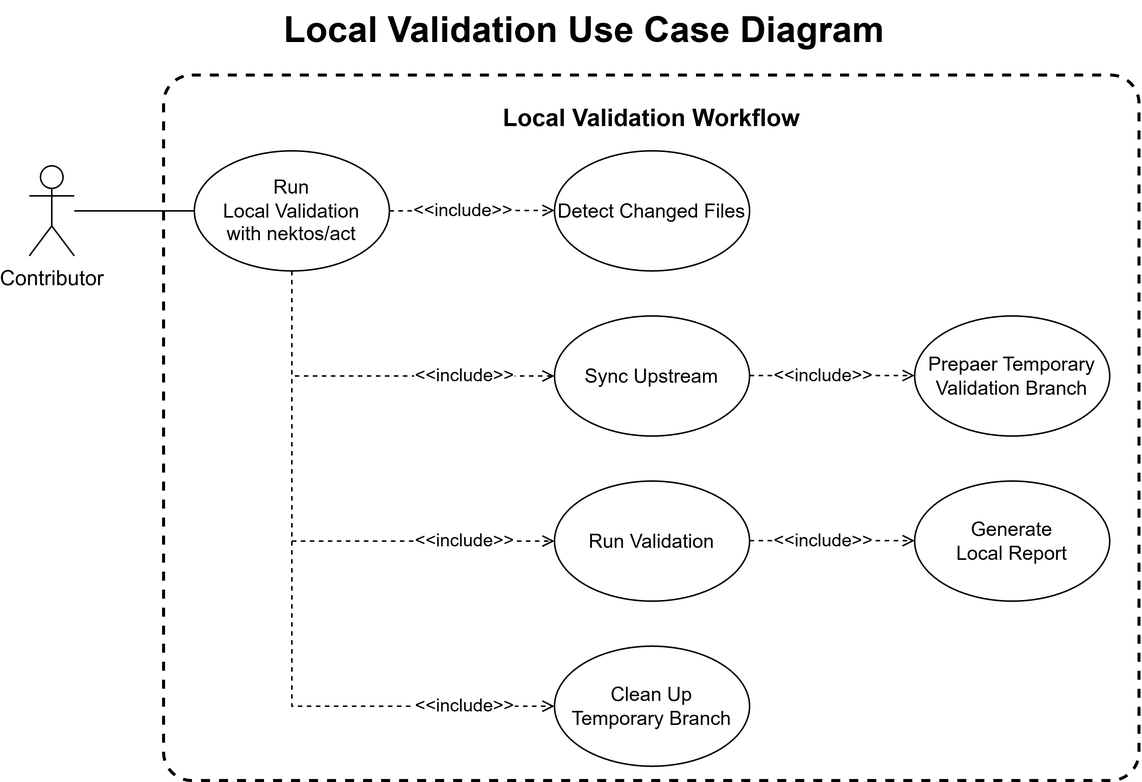
Before: docs/proposals/scenarios/example-restoration/phase-3-2026-term-2/images/use-case/Use Case Diagram-Local Validation.drawio.png, a diagram exported from draw.io (ken6078/ianvs). Source tidied: cells renumbered, new cells last; positions are measured from the earlier drawing's top-left corner, leaving out a move shared by most shapes.
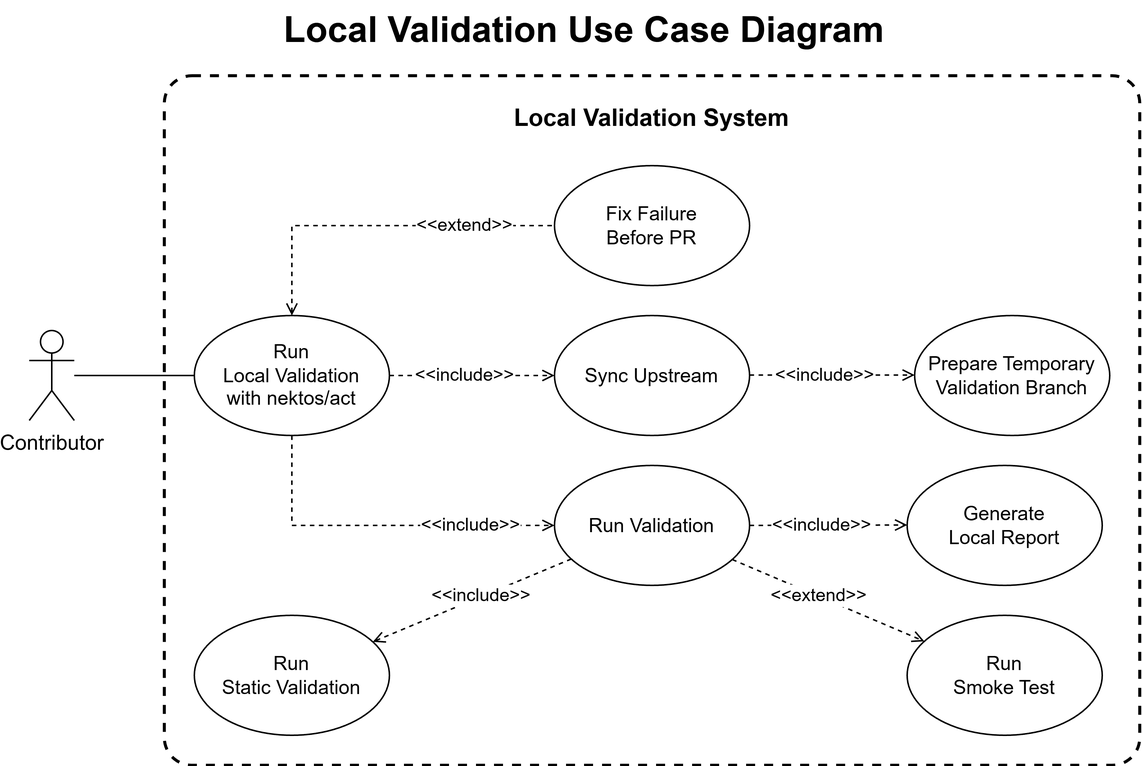
The same file after the commit.

Commit message:
Add example status management use case

The edit, as a diff of the source:
```diff
@@ -2,26 +2,23 @@
   <root>
     <mxCell id="0" />
     <mxCell id="1" parent="0" />
-    <mxCell id="2" value="Local Validation Workflow" style="rounded=1;whiteSpace=wrap;html=1;dashed=1;strokeWidth=2;fontSize=16;fontStyle=1;verticalAlign=top;align=center;spacingTop=12;arcSize=4;fillColor=none;" parent="1" vertex="1">
-      <mxGeometry x="90" y="50" width="650" height="470" as="geometry" />
+    <mxCell id="2" value="Local Validation System" style="rounded=1;whiteSpace=wrap;html=1;dashed=1;strokeWidth=2;fontSize=16;fontStyle=1;verticalAlign=top;align=center;spacingTop=12;arcSize=4;fillColor=none;" parent="1" vertex="1">
+      <mxGeometry x="90" y="50" width="650" height="460" as="geometry" />
     </mxCell>
     <mxCell id="3" value="Contributor" style="shape=umlActor;verticalLabelPosition=bottom;verticalAlign=top;html=1;outlineConnect=0;strokeColor=default;align=center;fontFamily=Helvetica;fontSize=14;fontColor=default;fillColor=default;" parent="1" vertex="1">
-      <mxGeometry y="110" width="30" height="60" as="geometry" />
+      <mxGeometry y="220" width="30" height="60" as="geometry" />
     </mxCell>
     <mxCell id="4" value="Run&lt;div&gt;Local Validation&lt;/div&gt;&lt;div&gt;with nektos/act&lt;/div&gt;" style="ellipse;whiteSpace=wrap;html=1;fillColor=default;strokeColor=default;align=center;verticalAlign=middle;fontFamily=Helvetica;fontSize=13;fontColor=default;" parent="1" vertex="1">
-      <mxGeometry x="110" y="100" width="130" height="80" as="geometry" />
+      <mxGeometry x="110" y="210" width="130" height="80" as="geometry" />
     </mxCell>
-    <mxCell id="5" value="Detect Changed Files" style="ellipse;whiteSpace=wrap;html=1;fillColor=default;strokeColor=default;align=center;verticalAlign=middle;fontFamily=Helvetica;fontSize=13;fontColor=default;" parent="1" vertex="1">
-      <mxGeometry x="350" y="100" width="130" height="80" as="geometry" />
+    <mxCell id="5" value="Sync Upstream" style="ellipse;whiteSpace=wrap;html=1;fillColor=default;strokeColor=default;align=center;verticalAlign=middle;fontFamily=Helvetica;fontSize=13;fontColor=default;" parent="1" vertex="1">
+      <mxGeometry x="350" y="210" width="130" height="80" as="geometry" />
     </mxCell>
     <mxCell id="6" value="Generate&lt;div&gt;Local Report&lt;/div&gt;" style="ellipse;whiteSpace=wrap;html=1;fillColor=default;strokeColor=default;align=center;verticalAlign=middle;fontFamily=Helvetica;fontSize=13;fontColor=default;" parent="1" vertex="1">
-      <mxGeometry x="590" y="320" width="130" height="80" as="geometry" />
+      <mxGeometry x="585" y="310" width="130" height="80" as="geometry" />
     </mxCell>
-    <mxCell id="7" value="Clean Up&lt;div&gt;Temporary&amp;nbsp;&lt;span style=&quot;background-color: transparent; color: light-dark(rgb(0, 0, 0), rgb(255, 255, 255));&quot;&gt;Branch&lt;/span&gt;&lt;/div&gt;" style="ellipse;whiteSpace=wrap;html=1;fillColor=default;strokeColor=default;align=center;verticalAlign=middle;fontFamily=Helvetica;fontSize=13;fontColor=default;" parent="1" vertex="1">
-      <mxGeometry x="350" y="430" width="130" height="80" as="geometry" />
-    </mxCell>
     <mxCell id="8" value="Run Validation" style="ellipse;whiteSpace=wrap;html=1;fillColor=default;strokeColor=default;align=center;verticalAlign=middle;fontFamily=Helvetica;fontSize=13;fontColor=default;" parent="1" vertex="1">
-      <mxGeometry x="350" y="320" width="130" height="80" as="geometry" />
+      <mxGeometry x="350" y="310" width="130" height="80" as="geometry" />
     </mxCell>
     <mxCell id="9" style="endArrow=none;html=1;rounded=0;" parent="1" edge="1" source="3" target="4">
       <mxGeometry relative="1" as="geometry" />
@@ -32,44 +29,48 @@
     <mxCell id="11" value="Local Validation Use Case Diagram" style="text;html=1;strokeColor=none;fillColor=none;align=center;verticalAlign=middle;whiteSpace=wrap;rounded=0;fontSize=24;fontStyle=1;" parent="1" vertex="1">
       <mxGeometry width="740" height="40" as="geometry" />
     </mxCell>
-    <mxCell id="12" value="Sync Upstream" style="ellipse;whiteSpace=wrap;html=1;fillColor=default;strokeColor=default;align=center;verticalAlign=middle;fontFamily=Helvetica;fontSize=13;fontColor=default;" parent="1" vertex="1">
-      <mxGeometry x="350" y="210" width="130" height="80" as="geometry" />
-    </mxCell>
-    <mxCell id="13" value="Prepaer Temporary&lt;div&gt;Validation Branch&lt;/div&gt;" style="ellipse;whiteSpace=wrap;html=1;fillColor=default;strokeColor=default;align=center;verticalAlign=middle;fontFamily=Helvetica;fontSize=13;fontColor=default;" parent="1" vertex="1">
+    <mxCell id="13" value="Prepare Temporary&lt;div&gt;Validation Branch&lt;/div&gt;" style="ellipse;whiteSpace=wrap;html=1;fillColor=default;strokeColor=default;align=center;verticalAlign=middle;fontFamily=Helvetica;fontSize=13;fontColor=default;" parent="1" vertex="1">
       <mxGeometry x="590" y="210" width="130" height="80" as="geometry" />
     </mxCell>
-    <mxCell id="14" value="&amp;lt;&amp;lt;include&amp;gt;&amp;gt;" style="endArrow=open;dashed=1;html=1;rounded=0;fontSize=12;strokeColor=default;align=center;verticalAlign=middle;fontFamily=Helvetica;fontColor=default;labelBackgroundColor=default;exitX=0.5;exitY=1;exitDx=0;exitDy=0;entryX=0;entryY=0.5;entryDx=0;entryDy=0;" parent="1" edge="1" source="4" target="12">
-      <mxGeometry x="0.51" relative="1" as="geometry">
-        <Array as="points">
-          <mxPoint x="175" y="250" />
-        </Array>
-      </mxGeometry>
-    </mxCell>
-    <mxCell id="15" value="&amp;lt;&amp;lt;include&amp;gt;&amp;gt;" style="endArrow=open;dashed=1;html=1;rounded=0;fontSize=12;strokeColor=default;align=center;verticalAlign=middle;fontFamily=Helvetica;fontColor=default;labelBackgroundColor=default;exitX=0.5;exitY=1;exitDx=0;exitDy=0;entryX=0;entryY=0.5;entryDx=0;entryDy=0;" parent="1" edge="1" source="4" target="8">
-      <mxGeometry x="0.66" relative="1" as="geometry">
+    <mxCell id="15" value="&amp;lt;&amp;lt;include&amp;gt;&amp;gt;" style="endArrow=open;dashed=1;html=1;rounded=0;fontSize=12;strokeColor=default;align=center;verticalAlign=middle;fontFamily=Helvetica;fontColor=default;labelBackgroundColor=default;entryX=0;entryY=0.5;entryDx=0;entryDy=0;exitX=0.5;exitY=1;exitDx=0;exitDy=0;" parent="1" edge="1" source="4" target="8">
+      <mxGeometry x="0.52" relative="1" as="geometry">
         <Array as="points">
-          <mxPoint x="175" y="360" />
+          <mxPoint x="175" y="350" />
         </Array>
       </mxGeometry>
     </mxCell>
-    <mxCell id="16" value="&amp;lt;&amp;lt;include&amp;gt;&amp;gt;" style="endArrow=open;dashed=1;html=1;rounded=0;fontSize=12;strokeColor=default;align=center;verticalAlign=middle;fontFamily=Helvetica;fontColor=default;labelBackgroundColor=default;exitX=0.5;exitY=1;exitDx=0;exitDy=0;entryX=0;entryY=0.5;entryDx=0;entryDy=0;" parent="1" edge="1" source="4" target="7">
-      <mxGeometry x="0.74" relative="1" as="geometry">
-        <Array as="points">
-          <mxPoint x="175" y="470" />
-        </Array>
-      </mxGeometry>
-    </mxCell>
     <mxCell id="17" value="&amp;lt;&amp;lt;include&amp;gt;&amp;gt;" style="endArrow=open;dashed=1;html=1;rounded=0;fontSize=12;strokeColor=default;align=center;verticalAlign=middle;fontFamily=Helvetica;fontColor=default;labelBackgroundColor=default;" parent="1" edge="1">
       <mxGeometry x="-0.09" relative="1" as="geometry">
         <mxPoint x="480" y="249.7" as="sourcePoint" />
         <mxPoint x="590" y="249.7" as="targetPoint" />
       </mxGeometry>
     </mxCell>
-    <mxCell id="18" value="&amp;lt;&amp;lt;include&amp;gt;&amp;gt;" style="endArrow=open;dashed=1;html=1;rounded=0;fontSize=12;strokeColor=default;align=center;verticalAlign=middle;fontFamily=Helvetica;fontColor=default;labelBackgroundColor=default;" parent="1" edge="1">
-      <mxGeometry x="-0.09" relative="1" as="geometry">
-        <mxPoint x="480" y="359.7" as="sourcePoint" />
-        <mxPoint x="590" y="359.7" as="targetPoint" />
+    <mxCell id="18" value="&amp;lt;&amp;lt;include&amp;gt;&amp;gt;" style="endArrow=open;dashed=1;html=1;rounded=0;fontSize=12;strokeColor=default;align=center;verticalAlign=middle;fontFamily=Helvetica;fontColor=default;labelBackgroundColor=default;exitX=1;exitY=0.5;exitDx=0;exitDy=0;" parent="1" edge="1" source="8">
+      <mxGeometry x="-0.1" relative="1" as="geometry">
+        <mxPoint x="585" y="349.7" as="targetPoint" />
       </mxGeometry>
     </mxCell>
+    <mxCell id="19" value="&amp;lt;&amp;lt;extend&amp;gt;&amp;gt;" style="endArrow=none;dashed=1;html=1;rounded=0;fontSize=12;strokeColor=default;align=center;verticalAlign=middle;fontFamily=Helvetica;fontColor=default;labelBackgroundColor=default;startArrow=open;startFill=0;endFill=0;" parent="1" edge="1" source="4" target="20">
+      <mxGeometry x="0.49" relative="1" as="geometry">
+        <Array as="points">
+          <mxPoint x="175" y="150" />
+        </Array>
+      </mxGeometry>
+    </mxCell>
+    <mxCell id="20" value="Fix Failure&lt;div&gt;&lt;span style=&quot;background-color: transparent; color: light-dark(rgb(0, 0, 0), rgb(255, 255, 255));&quot;&gt;Before PR&lt;/span&gt;&lt;/div&gt;" style="ellipse;whiteSpace=wrap;html=1;fillColor=default;strokeColor=default;align=center;verticalAlign=middle;fontFamily=Helvetica;fontSize=13;fontColor=default;" parent="1" vertex="1">
+      <mxGeometry x="350" y="110" width="130" height="80" as="geometry" />
+    </mxCell>
+    <mxCell id="21" value="Run&lt;div&gt;Static Validation&lt;/div&gt;" style="ellipse;whiteSpace=wrap;html=1;fillColor=default;strokeColor=default;align=center;verticalAlign=middle;fontFamily=Helvetica;fontSize=13;fontColor=default;" parent="1" vertex="1">
+      <mxGeometry x="110" y="410" width="130" height="80" as="geometry" />
+    </mxCell>
+    <mxCell id="22" value="Run&lt;div&gt;Smoke Test&lt;/div&gt;" style="ellipse;whiteSpace=wrap;html=1;fillColor=default;strokeColor=default;align=center;verticalAlign=middle;fontFamily=Helvetica;fontSize=13;fontColor=default;" parent="1" vertex="1">
+      <mxGeometry x="585" y="410" width="130" height="80" as="geometry" />
+    </mxCell>
+    <mxCell id="23" value="&amp;lt;&amp;lt;include&amp;gt;&amp;gt;" style="endArrow=open;dashed=1;html=1;rounded=0;fontSize=12;strokeColor=default;align=center;verticalAlign=middle;fontFamily=Helvetica;fontColor=default;labelBackgroundColor=default;" parent="1" edge="1" source="8" target="21">
+      <mxGeometry x="-0.1" relative="1" as="geometry" />
+    </mxCell>
+    <mxCell id="24" value="&amp;lt;&amp;lt;extend&amp;gt;&amp;gt;" style="endArrow=open;dashed=1;html=1;rounded=0;fontSize=12;strokeColor=default;align=center;verticalAlign=middle;fontFamily=Helvetica;fontColor=default;labelBackgroundColor=default;" parent="1" edge="1" source="8" target="22">
+      <mxGeometry x="-0.1" relative="1" as="geometry" />
+    </mxCell>
   </root>
 </mxGraphModel>
```
